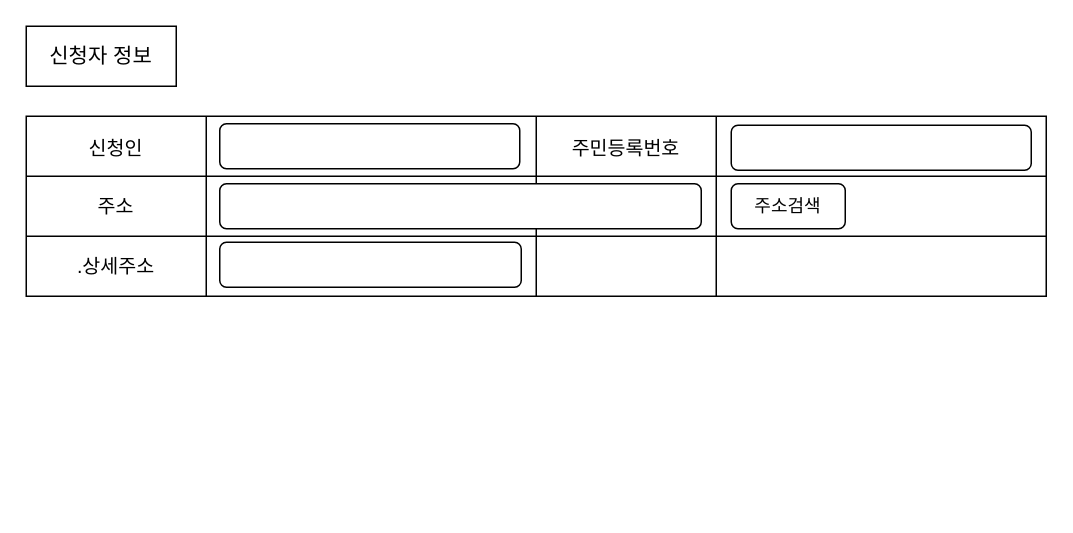
The draw.io diagram space/도로점용리뉴얼.drawio in nadale28/drawio, before the edit. Source tidied: cells renumbered, new cells numbered last; positions are measured from the earlier drawing's top-left corner, leaving out a move shared by most shapes. Both pictures are drawn from the tidied source at 150%, with x=0, y=0 at pixel (26, 26).
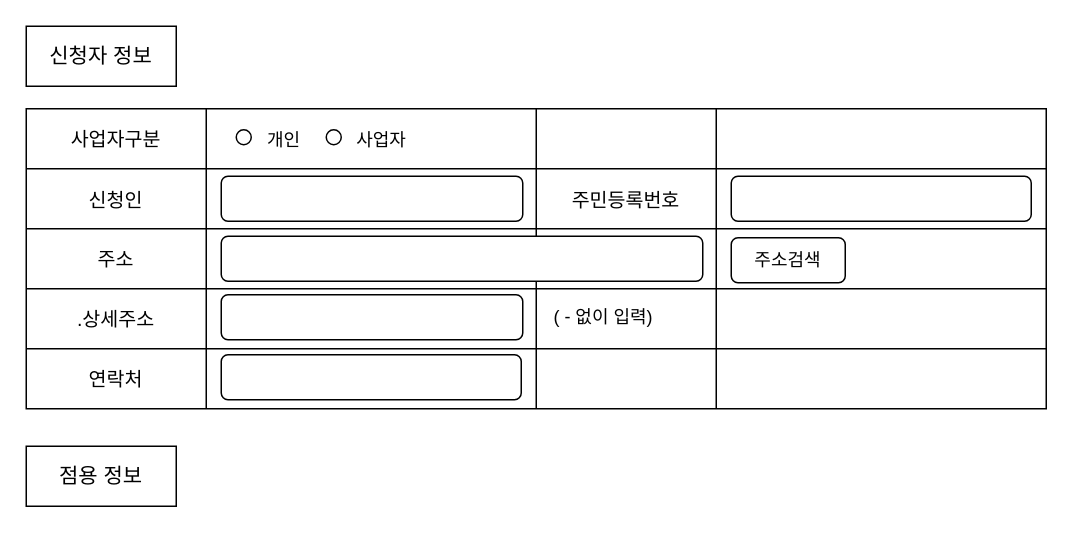
Above is the later version.

Commit message (it also covers changes not shown here):
도로점용리뉴얼.drawio 업데이트

What changed in the source:
```diff
@@
     <mxCell id="3" style="shape=table;startSize=0;childLayout=tableLayout;fontSize=12;" parent="1" vertex="1">
-      <mxGeometry y="60" width="680" height="120" as="geometry" />
+      <mxGeometry y="55" width="680" height="200" as="geometry" />
     </mxCell>
+    <mxCell id="24" style="shape=tableRow;horizontal=0;startSize=0;swimlaneHead=0;swimlaneBody=0;strokeColor=inherit;top=0;left=0;bottom=0;right=0;fillColor=none;fontSize=16;" parent="3" vertex="1">
+      <mxGeometry width="680" height="40" as="geometry" />
+    </mxCell>
+    <mxCell id="25" value="사업자구분" style="shape=partialRectangle;html=1;whiteSpace=wrap;strokeColor=inherit;overflow=hidden;fillColor=none;top=0;left=0;bottom=0;right=0;fontSize=13;" parent="24" vertex="1">
+      <mxGeometry width="120" height="40" as="geometry" />
+    </mxCell>
+    <mxCell id="26" style="shape=partialRectangle;html=1;whiteSpace=wrap;strokeColor=inherit;overflow=hidden;fillColor=none;top=0;left=0;bottom=0;right=0;fontSize=13;" parent="24" vertex="1">
+      <mxGeometry x="120" width="220" height="40" as="geometry" />
+    </mxCell>
+    <mxCell id="27" style="shape=partialRectangle;html=1;whiteSpace=wrap;strokeColor=inherit;overflow=hidden;fillColor=none;top=0;left=0;bottom=0;right=0;fontSize=16;" parent="24" vertex="1">
+      <mxGeometry x="340" width="120" height="40" as="geometry" />
+    </mxCell>
+    <mxCell id="28" style="shape=partialRectangle;html=1;whiteSpace=wrap;strokeColor=inherit;overflow=hidden;fillColor=none;top=0;left=0;bottom=0;right=0;fontSize=16;" parent="24" vertex="1">
+      <mxGeometry x="460" width="220" height="40" as="geometry" />
+    </mxCell>
     <mxCell id="4" style="shape=tableRow;horizontal=0;startSize=0;swimlaneHead=0;swimlaneBody=0;strokeColor=inherit;top=0;left=0;bottom=0;right=0;fillColor=none;fontSize=16;" parent="3" vertex="1">
-      <mxGeometry width="680" height="40" as="geometry" />
+      <mxGeometry y="40" width="680" height="40" as="geometry" />
     </mxCell>
@@
     <mxCell id="9" style="shape=tableRow;horizontal=0;startSize=0;swimlaneHead=0;swimlaneBody=0;strokeColor=inherit;top=0;left=0;bottom=0;right=0;fillColor=none;fontSize=16;" parent="3" vertex="1">
-      <mxGeometry y="40" width="680" height="40" as="geometry" />
+      <mxGeometry y="80" width="680" height="40" as="geometry" />
     </mxCell>
@@
     <mxCell id="14" style="shape=tableRow;horizontal=0;startSize=0;swimlaneHead=0;swimlaneBody=0;strokeColor=inherit;top=0;left=0;bottom=0;right=0;fillColor=none;fontSize=16;" parent="3" vertex="1">
-      <mxGeometry y="80" width="680" height="40" as="geometry" />
+      <mxGeometry y="120" width="680" height="40" as="geometry" />
     </mxCell>
@@
+    <mxCell id="29" style="shape=tableRow;horizontal=0;startSize=0;swimlaneHead=0;swimlaneBody=0;strokeColor=inherit;top=0;left=0;bottom=0;right=0;fillColor=none;fontSize=16;" parent="3" vertex="1">
+      <mxGeometry y="160" width="680" height="40" as="geometry" />
+    </mxCell>
+    <mxCell id="30" value="연락처" style="shape=partialRectangle;html=1;whiteSpace=wrap;strokeColor=inherit;overflow=hidden;fillColor=none;top=0;left=0;bottom=0;right=0;fontSize=13;" parent="29" vertex="1">
+      <mxGeometry width="120" height="40" as="geometry" />
+    </mxCell>
+    <mxCell id="31" style="shape=partialRectangle;html=1;whiteSpace=wrap;strokeColor=inherit;overflow=hidden;fillColor=none;top=0;left=0;bottom=0;right=0;fontSize=13;" parent="29" vertex="1">
+      <mxGeometry x="120" width="220" height="40" as="geometry" />
+    </mxCell>
+    <mxCell id="32" style="shape=partialRectangle;html=1;whiteSpace=wrap;strokeColor=inherit;overflow=hidden;fillColor=none;top=0;left=0;bottom=0;right=0;fontSize=13;" parent="29" vertex="1">
+      <mxGeometry x="340" width="120" height="40" as="geometry" />
+    </mxCell>
+    <mxCell id="33" style="shape=partialRectangle;html=1;whiteSpace=wrap;strokeColor=inherit;overflow=hidden;fillColor=none;top=0;left=0;bottom=0;right=0;fontSize=13;" parent="29" vertex="1">
+      <mxGeometry x="460" width="220" height="40" as="geometry" />
+    </mxCell>
     <mxCell id="19" value="&lt;div&gt;&lt;br&gt;&lt;/div&gt;" style="rounded=1;whiteSpace=wrap;html=1;" parent="1" vertex="1">
-      <mxGeometry x="129" y="65" width="200" height="30" as="geometry" />
+      <mxGeometry x="470" y="100" width="200" height="30" as="geometry" />
     </mxCell>
     <mxCell id="20" value="&lt;div&gt;&lt;br&gt;&lt;/div&gt;" style="rounded=1;whiteSpace=wrap;html=1;" parent="1" vertex="1">
-      <mxGeometry x="470" y="66" width="200" height="30" as="geometry" />
+      <mxGeometry x="130" y="219" width="200" height="30" as="geometry" />
     </mxCell>
     <mxCell id="21" value="&lt;div&gt;&lt;br&gt;&lt;/div&gt;" style="rounded=1;whiteSpace=wrap;html=1;" parent="1" vertex="1">
-      <mxGeometry x="129" y="105" width="321" height="30" as="geometry" />
+      <mxGeometry x="130" y="140" width="321" height="30" as="geometry" />
     </mxCell>
     <mxCell id="22" value="주소검색" style="rounded=1;whiteSpace=wrap;html=1;" parent="1" vertex="1">
-      <mxGeometry x="470" y="105" width="76" height="30" as="geometry" />
+      <mxGeometry x="470" y="141" width="76" height="30" as="geometry" />
     </mxCell>
     <mxCell id="23" value="&lt;div&gt;&lt;br&gt;&lt;/div&gt;" style="rounded=1;whiteSpace=wrap;html=1;" parent="1" vertex="1">
-      <mxGeometry x="129" y="144" width="201" height="30" as="geometry" />
+      <mxGeometry x="130" y="100" width="201" height="30" as="geometry" />
     </mxCell>
+    <mxCell id="34" value="&lt;div&gt;&lt;br&gt;&lt;/div&gt;" style="rounded=1;whiteSpace=wrap;html=1;" parent="1" vertex="1">
+      <mxGeometry x="130" y="179" width="201" height="30" as="geometry" />
+    </mxCell>
+    <mxCell id="35" value="( - 없이 입력)" style="text;html=1;align=center;verticalAlign=middle;whiteSpace=wrap;rounded=0;" parent="1" vertex="1">
+      <mxGeometry x="340" y="179" width="90" height="30" as="geometry" />
+    </mxCell>
+    <mxCell id="36" style="ellipse;whiteSpace=wrap;html=1;" parent="1" vertex="1">
+      <mxGeometry x="140" y="69" width="10" height="10" as="geometry" />
+    </mxCell>
+    <mxCell id="37" value="개인" style="text;html=1;align=center;verticalAlign=middle;whiteSpace=wrap;rounded=0;" parent="1" vertex="1">
+      <mxGeometry x="152" y="66" width="40" height="20" as="geometry" />
+    </mxCell>
+    <mxCell id="38" style="ellipse;whiteSpace=wrap;html=1;" parent="1" vertex="1">
+      <mxGeometry x="200" y="69" width="10" height="10" as="geometry" />
+    </mxCell>
+    <mxCell id="39" value="사업자" style="text;html=1;align=center;verticalAlign=middle;whiteSpace=wrap;rounded=0;" parent="1" vertex="1">
+      <mxGeometry x="217" y="66" width="40" height="20" as="geometry" />
+    </mxCell>
+    <mxCell id="40" value="점용 정보" style="rounded=0;whiteSpace=wrap;html=1;fontSize=14;" parent="1" vertex="1">
+      <mxGeometry y="280" width="100" height="40" as="geometry" />
+    </mxCell>
```
